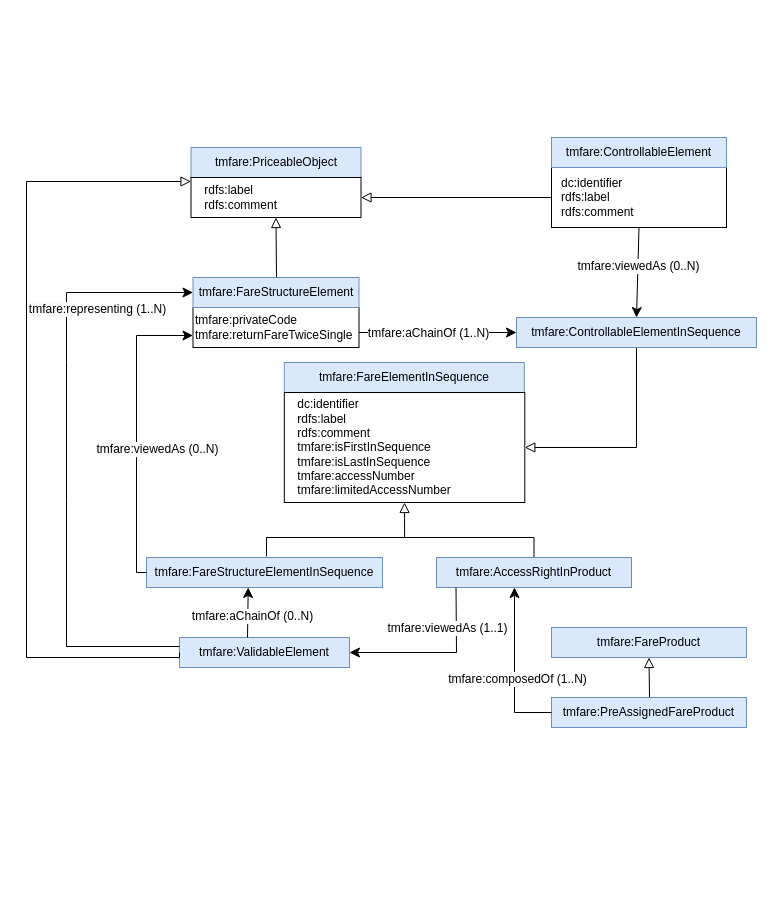
This is ontology/Ticketing_and_Services_Module/1- AccessRights_and_FareStructure.drawio from jatoledo/transmodel-ontology, a draw.io file, before an edit. Source tidied: cells renumbered, new cells numbered last; positions are measured from the earlier drawing's top-left corner, leaving out a move shared by most shapes. Both pictures are drawn from the tidied source at 100%, with x=0, y=0 at pixel (26, 137).
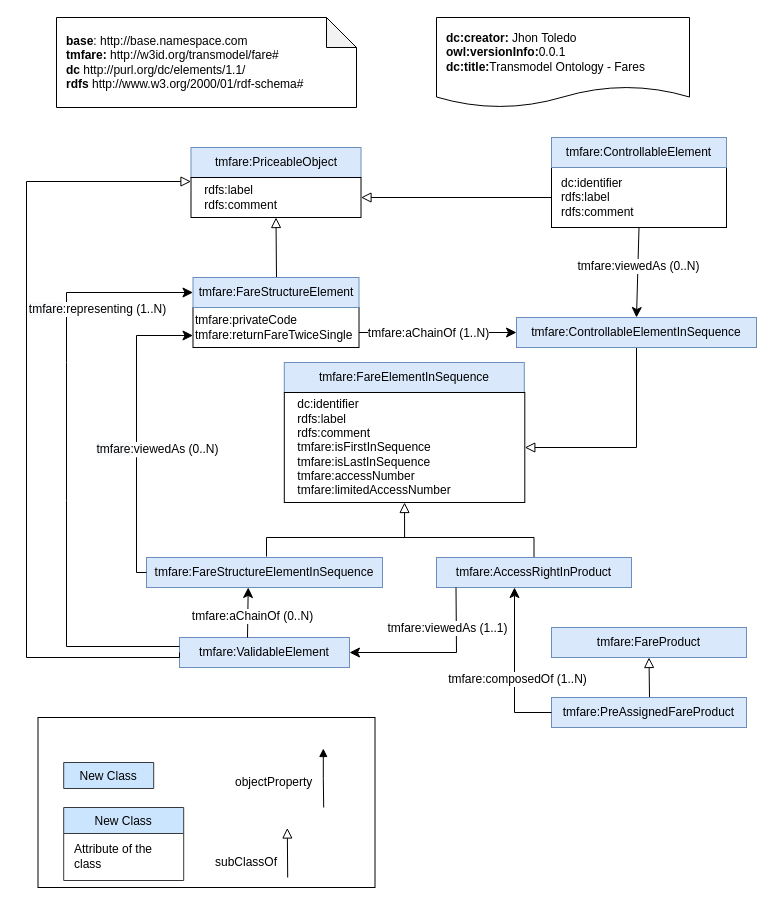
Above is the later version.

Commit message (it also covers changes not shown here):
Transmodel Ontology - Fares

Change to the diagram source:
```diff
@@
+    <mxCell id="37" value="&lt;div&gt;&lt;b&gt;base&lt;/b&gt;: http://base.namespace.com&lt;/div&gt;&lt;div&gt;&lt;b&gt;tmfare:&lt;/b&gt; http://w3id.org/transmodel/fare#&lt;br&gt;&lt;/div&gt;&lt;div&gt;&lt;b&gt;dc&lt;span&gt;&#9;&lt;/span&gt;&lt;/b&gt;http://purl.org/dc/elements/1.1/&lt;br&gt;&lt;/div&gt;&lt;div&gt;&lt;b&gt;rdfs&lt;/b&gt;&lt;span&gt;&#9;&lt;/span&gt;http://www.w3.org/2000/01/rdf-schema#&lt;br&gt;&lt;/div&gt;" style="shape=note;whiteSpace=wrap;html=1;backgroundOutline=1;darkOpacity=0.05;align=left;spacing=10;" parent="1" vertex="1">
+      <mxGeometry x="30" y="-120" width="300" height="90" as="geometry" />
+    </mxCell>
+    <mxCell id="38" value="&lt;div&gt;&lt;b&gt;dc:creator:&lt;/b&gt;&amp;nbsp;Jhon Toledo&lt;/div&gt;&lt;div&gt;&lt;b&gt;owl:versionInfo:&lt;/b&gt;0.0.1&lt;/div&gt;&lt;div&gt;&lt;b&gt;dc:title:&lt;/b&gt;Transmodel Ontology - Fares&lt;/div&gt;" style="shape=document;whiteSpace=wrap;html=1;boundedLbl=1;labelBackgroundColor=#ffffff;strokeColor=#000000;fontSize=12;fontColor=#000000;size=0.23333333333333334;align=left;spacing=10;" parent="1" vertex="1">
+      <mxGeometry x="410" y="-120" width="253" height="90" as="geometry" />
+    </mxCell>
+    <mxCell id="39" style="rounded=0;whiteSpace=wrap;html=1;" parent="1" vertex="1">
+      <mxGeometry x="11.5" y="580" width="337" height="170" as="geometry" />
+    </mxCell>
+    <mxCell id="40" value="objectProperty" style="text;html=1;strokeColor=none;fillColor=none;align=left;verticalAlign=middle;whiteSpace=wrap;rounded=0;" parent="1" vertex="1">
+      <mxGeometry x="207.2" y="620" width="130" height="50" as="geometry" />
+    </mxCell>
+    <mxCell id="41" style="endArrow=block;html=1;rounded=0;endFill=1;endSize=6;" parent="1" edge="1">
+      <mxGeometry relative="1" as="geometry">
+        <mxPoint x="297.2" y="670" as="sourcePoint" />
+        <mxPoint x="296.8" y="611" as="targetPoint" />
+        <Array as="points">
+          <mxPoint x="296.8" y="641" />
+        </Array>
+      </mxGeometry>
+    </mxCell>
+    <mxCell id="42" value="Attribute of the class" style="text;html=1;strokeColor=none;fillColor=none;align=left;verticalAlign=middle;whiteSpace=wrap;rounded=0;" parent="1" vertex="1">
+      <mxGeometry x="46.2" y="704" width="110" height="30" as="geometry" />
+    </mxCell>
+    <mxCell id="43" value="subClassOf" style="text;html=1;strokeColor=none;fillColor=none;align=left;verticalAlign=middle;whiteSpace=wrap;rounded=0;" parent="1" vertex="1">
+      <mxGeometry x="187.2" y="700" width="130" height="50" as="geometry" />
+    </mxCell>
+    <mxCell id="44" style="endArrow=block;html=1;rounded=0;endFill=0;endSize=8;" parent="1" edge="1">
+      <mxGeometry relative="1" as="geometry">
+        <mxPoint x="261.2" y="740" as="sourcePoint" />
+        <mxPoint x="260.8" y="690.5" as="targetPoint" />
+      </mxGeometry>
+    </mxCell>
+    <mxCell id="45" value="New Class" style="swimlane;fontStyle=0;align=center;verticalAlign=top;horizontal=1;startSize=26;rounded=0;shadow=0;strokeWidth=1;fillColor=#cce5ff;strokeColor=#36393d;" parent="1" vertex="1" collapsed="1">
+      <mxGeometry x="37.2" y="670" width="120" height="73" as="geometry" />
+    </mxCell>
+    <mxCell id="46" value="New Class" style="swimlane;fontStyle=0;align=center;verticalAlign=top;horizontal=1;startSize=26;rounded=0;shadow=0;strokeWidth=1;fillColor=#cce5ff;strokeColor=#36393d;" parent="1" vertex="1" collapsed="1">
+      <mxGeometry x="37.2" y="625" width="90" height="26" as="geometry" />
+    </mxCell>
```
